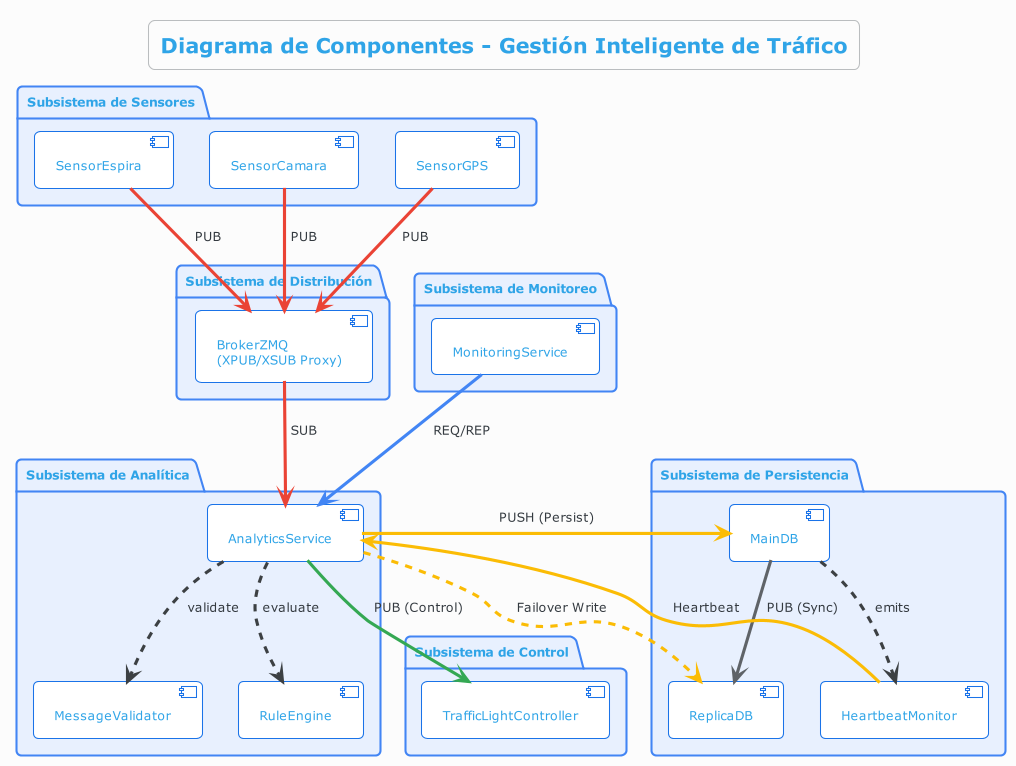
Before: docs/diagramas_plantUML/diagrama_componentes.png, a diagram exported from PlantUML (juandrodriguezf/Sistema-de-Gestion-de-Trafico-Urbano).
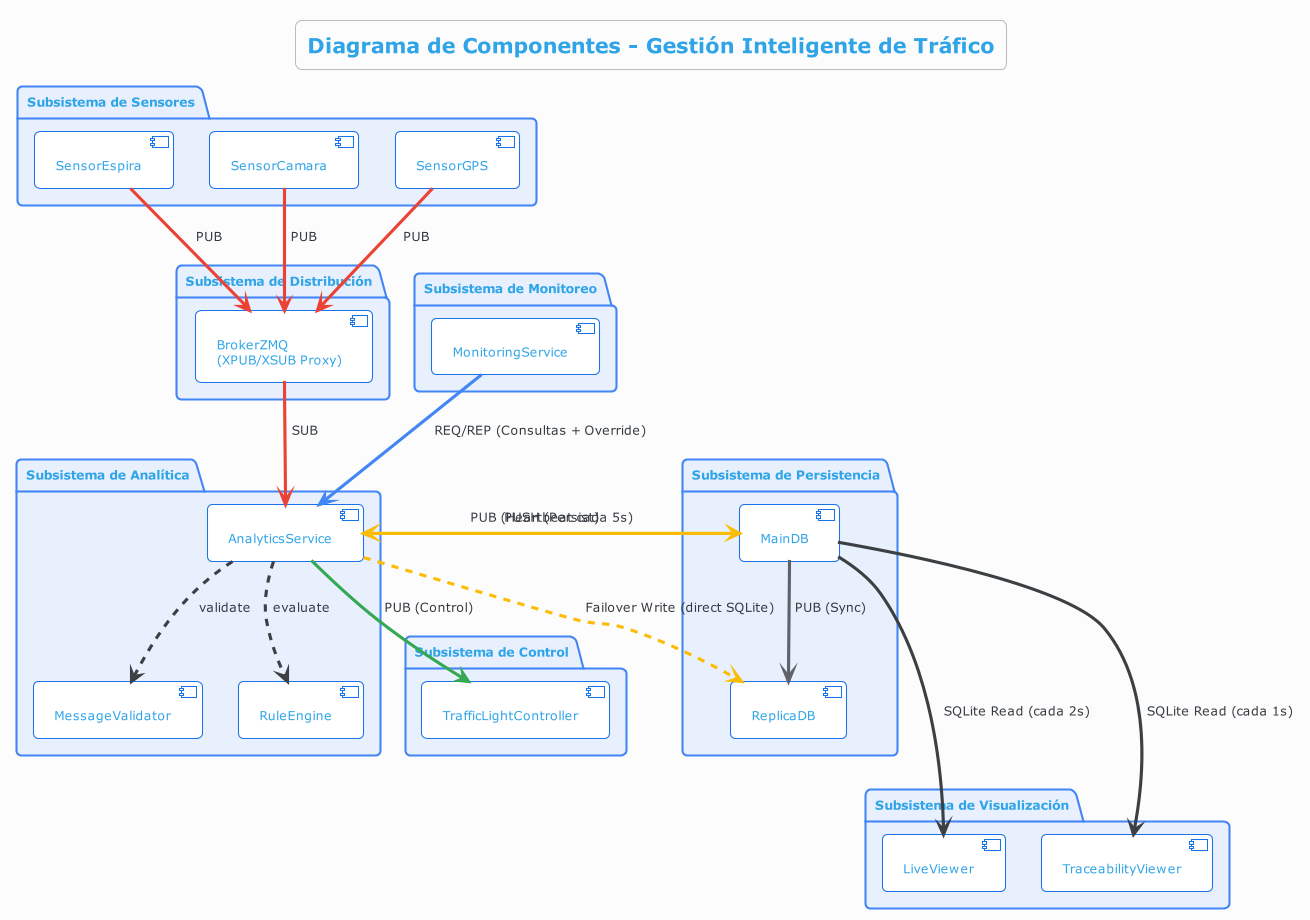
Above is the later version.

The edit, as a diff of the source:
```diff
@@ -48,9 +48,11 @@
 package "Subsistema de Persistencia" {
     component [MainDB] as MDB
     component [ReplicaDB] as RDB
-    component [HeartbeatMonitor] as HBM
+}
 
-    MDB ..> HBM : emits
+package "Subsistema de Visualización" {
+    component [LiveViewer] as LV
+    component [TraceabilityViewer] as TV
 }
 
 SE -[#EA4335]-> BRK : PUB
@@ -61,11 +63,13 @@
 
 ANA -[#34A853]-> TLC : PUB (Control)
 ANA -[#FBBC05]-> MDB : PUSH (Persist)
-ANA .[#FBBC05].> RDB : Failover Write
+ANA .[#FBBC05].> RDB : Failover Write (direct SQLite)
 
-MON -[#4285F4]-> ANA : REQ/REP
+MON -[#4285F4]-> ANA : REQ/REP (Consultas + Override)
 
 MDB -[#5F6368]-> RDB : PUB (Sync)
-HBM -[#FBBC05]-> ANA : Heartbeat
+MDB -[#FBBC05]-> ANA : PUB (Heartbeat cada 5s)
+MDB ---> LV : SQLite Read (cada 2s)
+MDB ---> TV : SQLite Read (cada 1s)
 
 @enduml
```
